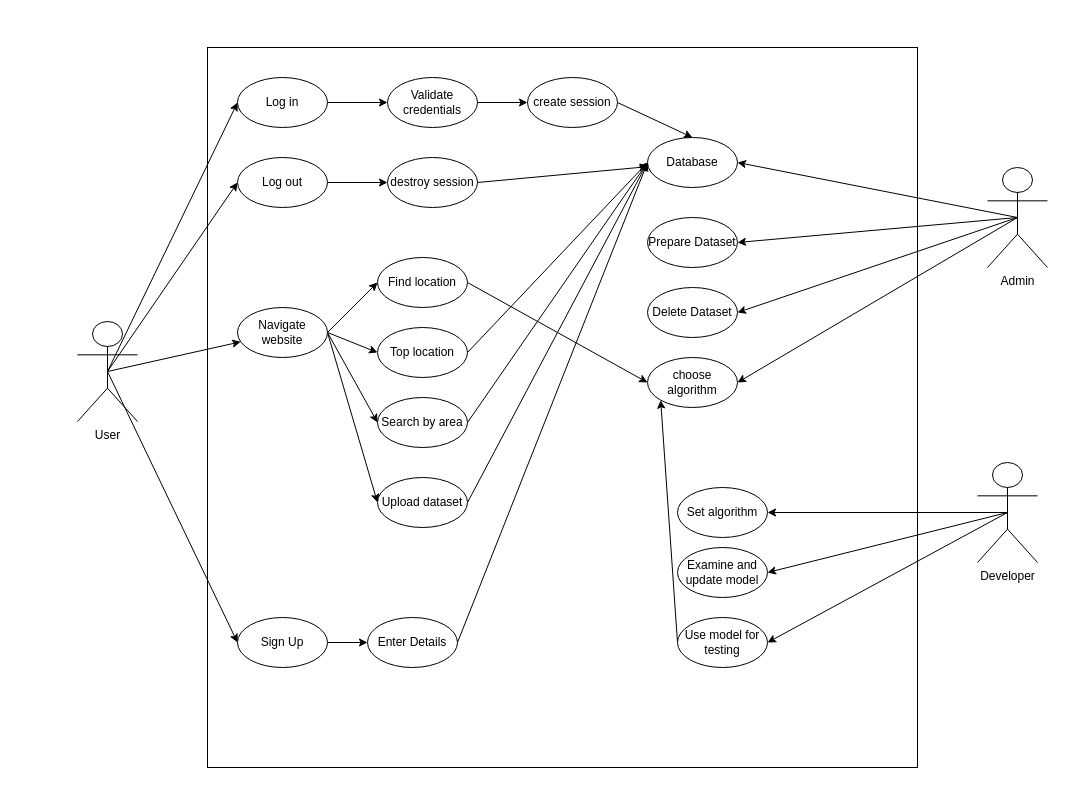
This is use case.drawio from shindeyash28/IP, a draw.io file, before an edit. Source tidied: cells renumbered, new cells numbered last; positions are measured from the earlier drawing's top-left corner, leaving out a move shared by most shapes. Both pictures are drawn from the tidied source at 100%, with x=0, y=0 at pixel (77, 47).
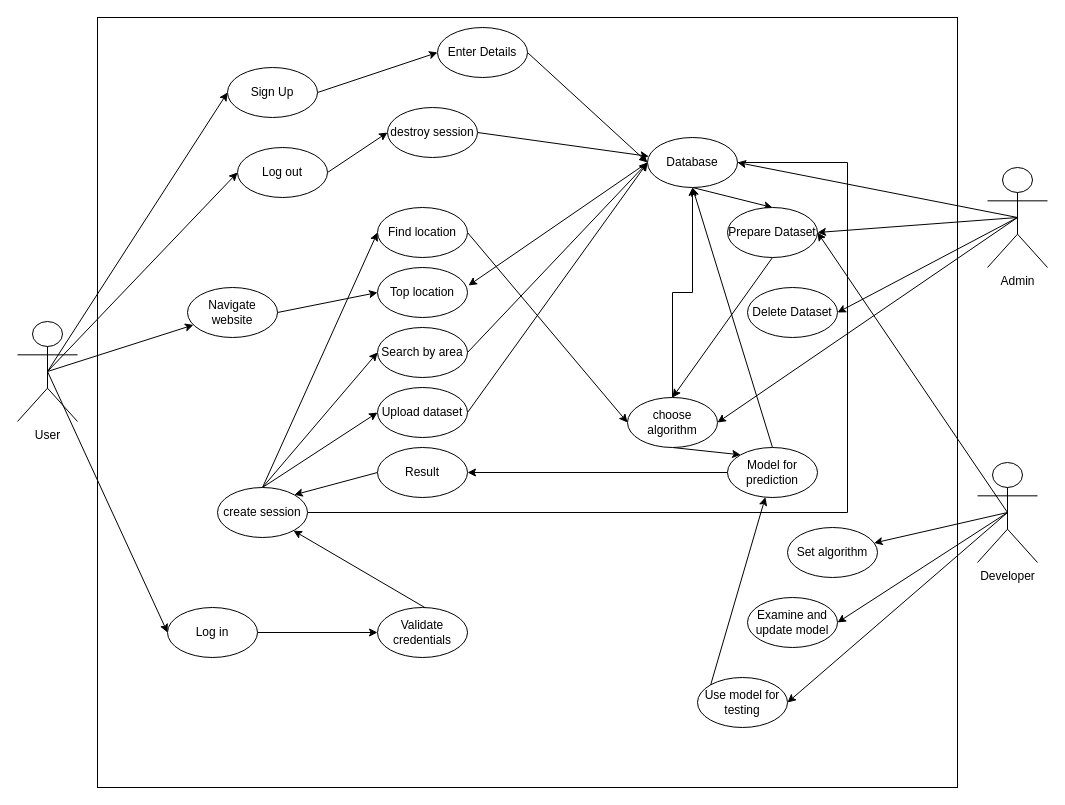
The same diagram, later.

The change refers to these unchanged cells:
```xml
<mxCell id="24" value="Database" style="ellipse;whiteSpace=wrap;html=1;" parent="1" vertex="1">
  <mxGeometry x="570" y="90" width="90" height="50" as="geometry" />
</mxCell>
<mxCell id="46" value="Developer" style="shape=umlActor;verticalLabelPosition=bottom;verticalAlign=top;html=1;outlineConnect=0;" parent="1" vertex="1">
  <mxGeometry x="900" y="415" width="60" height="100" as="geometry" />
</mxCell>
```

What changed in the source:
```diff
@@
-    <mxCell id="2" style="rounded=0;whiteSpace=wrap;html=1;" parent="1" vertex="1">
-      <mxGeometry x="130" width="710" height="720" as="geometry" />
-    </mxCell>
-    <mxCell id="3" style="edgeStyle=none;rounded=0;jettySize=auto;html=1;exitX=1;exitY=0.5;exitDx=0;exitDy=0;entryX=0;entryY=0.5;entryDx=0;entryDy=0;" parent="1" edge="1" source="7" target="19">
-      <mxGeometry relative="1" as="geometry" />
-    </mxCell>
+    <mxCell id="52" style="rounded=0;whiteSpace=wrap;html=1;" parent="1" vertex="1">
+      <mxGeometry x="20" y="-30" width="860" height="770" as="geometry" />
+    </mxCell>
@@
-    <mxCell id="5" style="edgeStyle=none;rounded=0;jettySize=auto;html=1;exitX=1;exitY=0.5;exitDx=0;exitDy=0;entryX=0;entryY=0.5;entryDx=0;entryDy=0;" parent="1" edge="1" source="7" target="23">
-      <mxGeometry relative="1" as="geometry" />
-    </mxCell>
-    <mxCell id="6" style="edgeStyle=none;rounded=0;jettySize=auto;html=1;exitX=1;exitY=0.5;exitDx=0;exitDy=0;entryX=0;entryY=0.5;entryDx=0;entryDy=0;" parent="1" edge="1" source="7" target="26">
-      <mxGeometry relative="1" as="geometry" />
-    </mxCell>
     <mxCell id="7" value="Navigate website" style="ellipse;whiteSpace=wrap;html=1;" parent="1" vertex="1">
-      <mxGeometry x="160" y="260" width="90" height="50" as="geometry" />
+      <mxGeometry x="110" y="240" width="90" height="50" as="geometry" />
     </mxCell>
@@
     <mxCell id="9" value="Log out" style="ellipse;whiteSpace=wrap;html=1;" parent="1" vertex="1">
-      <mxGeometry x="160" y="110" width="90" height="50" as="geometry" />
+      <mxGeometry x="160" y="100" width="90" height="50" as="geometry" />
     </mxCell>
@@
     <mxCell id="11" value="Log in" style="ellipse;whiteSpace=wrap;html=1;" parent="1" vertex="1">
-      <mxGeometry x="160" y="30" width="90" height="50" as="geometry" />
+      <mxGeometry x="90" y="560" width="90" height="50" as="geometry" />
     </mxCell>
@@
     <mxCell id="13" value="Validate credentials" style="ellipse;whiteSpace=wrap;html=1;" parent="1" vertex="1">
-      <mxGeometry x="310" y="30" width="90" height="50" as="geometry" />
+      <mxGeometry x="300" y="560" width="90" height="50" as="geometry" />
     </mxCell>
+    <mxCell id="53" style="edgeStyle=none;rounded=0;jettySize=auto;html=1;exitX=0.5;exitY=0;exitDx=0;exitDy=0;entryX=0;entryY=0.5;entryDx=0;entryDy=0;" parent="1" edge="1" source="15" target="19">
+      <mxGeometry relative="1" as="geometry" />
+    </mxCell>
+    <mxCell id="54" style="edgeStyle=none;rounded=0;jettySize=auto;html=1;exitX=0.5;exitY=0;exitDx=0;exitDy=0;entryX=0;entryY=0.5;entryDx=0;entryDy=0;" parent="1" edge="1" source="15" target="23">
+      <mxGeometry relative="1" as="geometry" />
+    </mxCell>
+    <mxCell id="55" style="edgeStyle=none;rounded=0;jettySize=auto;html=1;exitX=0.5;exitY=0;exitDx=0;exitDy=0;entryX=0;entryY=0.5;entryDx=0;entryDy=0;" parent="1" edge="1" source="15" target="26">
+      <mxGeometry relative="1" as="geometry" />
+    </mxCell>
-    <mxCell id="14" style="edgeStyle=none;rounded=0;jettySize=auto;html=1;exitX=1;exitY=0.5;exitDx=0;exitDy=0;entryX=0.5;entryY=0;entryDx=0;entryDy=0;" parent="1" edge="1" source="15" target="24">
-      <mxGeometry relative="1" as="geometry" />
+    <mxCell id="14" style="edgeStyle=orthogonalEdgeStyle;rounded=0;jettySize=auto;html=1;exitX=1;exitY=0.5;exitDx=0;exitDy=0;entryX=0;entryY=0.5;entryDx=0;entryDy=0;" parent="1" edge="1" source="15" target="24">
+      <mxGeometry relative="1" as="geometry">
+        <Array as="points">
+          <mxPoint x="770" y="465" />
+          <mxPoint x="770" y="115" />
+        </Array>
+      </mxGeometry>
     </mxCell>
     <mxCell id="15" value="create session" style="ellipse;whiteSpace=wrap;html=1;" parent="1" vertex="1">
-      <mxGeometry x="450" y="30" width="90" height="50" as="geometry" />
+      <mxGeometry x="140" y="440" width="90" height="50" as="geometry" />
     </mxCell>
@@
     <mxCell id="17" value="destroy session" style="ellipse;whiteSpace=wrap;html=1;" parent="1" vertex="1">
-      <mxGeometry x="310" y="110" width="90" height="50" as="geometry" />
+      <mxGeometry x="310" y="60" width="90" height="50" as="geometry" />
     </mxCell>
@@
     <mxCell id="19" value="Find location" style="ellipse;whiteSpace=wrap;html=1;" parent="1" vertex="1">
-      <mxGeometry x="300" y="210" width="90" height="50" as="geometry" />
+      <mxGeometry x="300" y="160" width="90" height="50" as="geometry" />
     </mxCell>
-    <mxCell id="20" style="edgeStyle=none;rounded=0;jettySize=auto;html=1;exitX=1;exitY=0.5;exitDx=0;exitDy=0;entryX=0;entryY=0.5;entryDx=0;entryDy=0;" parent="1" edge="1" source="21" target="24">
-      <mxGeometry relative="1" as="geometry" />
-    </mxCell>
     <mxCell id="21" value="Top location" style="ellipse;whiteSpace=wrap;html=1;" parent="1" vertex="1">
-      <mxGeometry x="300" y="280" width="90" height="50" as="geometry" />
+      <mxGeometry x="300" y="220" width="90" height="50" as="geometry" />
     </mxCell>
@@
     <mxCell id="23" value="Search by area" style="ellipse;whiteSpace=wrap;html=1;" parent="1" vertex="1">
-      <mxGeometry x="300" y="350" width="90" height="50" as="geometry" />
+      <mxGeometry x="300" y="280" width="90" height="50" as="geometry" />
     </mxCell>
+    <mxCell id="56" style="edgeStyle=none;rounded=0;jettySize=auto;html=1;exitX=0;exitY=0.5;exitDx=0;exitDy=0;entryX=1.011;entryY=0.36;entryDx=0;entryDy=0;entryPerimeter=0;" parent="1" edge="1" source="24" target="21">
+      <mxGeometry relative="1" as="geometry" />
+    </mxCell>
+    <mxCell id="57" style="edgeStyle=none;rounded=0;jettySize=auto;html=1;exitX=0.5;exitY=1;exitDx=0;exitDy=0;entryX=0.5;entryY=0;entryDx=0;entryDy=0;" parent="1" edge="1" source="24" target="27">
+      <mxGeometry relative="1" as="geometry" />
+    </mxCell>
@@
     <mxCell id="26" value="Upload dataset" style="ellipse;whiteSpace=wrap;html=1;" parent="1" vertex="1">
-      <mxGeometry x="300" y="430" width="90" height="50" as="geometry" />
+      <mxGeometry x="300" y="340" width="90" height="50" as="geometry" />
     </mxCell>
+    <mxCell id="58" style="edgeStyle=none;rounded=0;jettySize=auto;html=1;exitX=0.5;exitY=1;exitDx=0;exitDy=0;entryX=0.5;entryY=0;entryDx=0;entryDy=0;" parent="1" edge="1" source="27" target="49">
+      <mxGeometry relative="1" as="geometry" />
+    </mxCell>
     <mxCell id="27" value="Prepare Dataset" style="ellipse;whiteSpace=wrap;html=1;" parent="1" vertex="1">
-      <mxGeometry x="570" y="170" width="90" height="50" as="geometry" />
+      <mxGeometry x="650" y="160" width="90" height="50" as="geometry" />
     </mxCell>
     <mxCell id="28" value="Delete Dataset" style="ellipse;whiteSpace=wrap;html=1;" parent="1" vertex="1">
-      <mxGeometry x="570" y="240" width="90" height="50" as="geometry" />
+      <mxGeometry x="670" y="240" width="90" height="50" as="geometry" />
     </mxCell>
     <mxCell id="29" value="Set algorithm" style="ellipse;whiteSpace=wrap;html=1;" parent="1" vertex="1">
-      <mxGeometry x="600" y="440" width="90" height="50" as="geometry" />
+      <mxGeometry x="710" y="480" width="90" height="50" as="geometry" />
     </mxCell>
     <mxCell id="30" value="Examine and update model" style="ellipse;whiteSpace=wrap;html=1;" parent="1" vertex="1">
-      <mxGeometry x="600" y="500" width="90" height="50" as="geometry" />
+      <mxGeometry x="670" y="550" width="90" height="50" as="geometry" />
     </mxCell>
-    <mxCell id="31" style="edgeStyle=none;rounded=0;jettySize=auto;html=1;exitX=0;exitY=0.5;exitDx=0;exitDy=0;entryX=0;entryY=1;entryDx=0;entryDy=0;" parent="1" edge="1" source="32" target="49">
-      <mxGeometry relative="1" as="geometry" />
-    </mxCell>
+    <mxCell id="59" style="edgeStyle=none;rounded=0;jettySize=auto;html=1;exitX=0;exitY=0;exitDx=0;exitDy=0;" parent="1" edge="1" source="32" target="67">
+      <mxGeometry relative="1" as="geometry" />
+    </mxCell>
     <mxCell id="32" value="Use model for testing" style="ellipse;whiteSpace=wrap;html=1;" parent="1" vertex="1">
-      <mxGeometry x="600" y="570" width="90" height="50" as="geometry" />
+      <mxGeometry x="620" y="630" width="90" height="50" as="geometry" />
     </mxCell>
@@
     <mxCell id="37" value="User" style="shape=umlActor;verticalLabelPosition=bottom;verticalAlign=top;html=1;outlineConnect=0;" parent="1" vertex="1">
-      <mxGeometry y="274" width="60" height="100" as="geometry" />
+      <mxGeometry x="-60" y="274" width="60" height="100" as="geometry" />
     </mxCell>
@@
+    <mxCell id="60" style="edgeStyle=none;rounded=0;jettySize=auto;html=1;exitX=0.5;exitY=0.5;exitDx=0;exitDy=0;exitPerimeter=0;entryX=1;entryY=0.5;entryDx=0;entryDy=0;" parent="1" edge="1" source="46" target="27">
+      <mxGeometry relative="1" as="geometry" />
+    </mxCell>
@@
     <mxCell id="48" value="Sign Up" style="ellipse;whiteSpace=wrap;html=1;" parent="1" vertex="1">
-      <mxGeometry x="160" y="570" width="90" height="50" as="geometry" />
+      <mxGeometry x="150" y="20" width="90" height="50" as="geometry" />
     </mxCell>
+    <mxCell id="61" style="edgeStyle=orthogonalEdgeStyle;rounded=0;jettySize=auto;html=1;exitX=0.5;exitY=0;exitDx=0;exitDy=0;entryX=0.5;entryY=1;entryDx=0;entryDy=0;" parent="1" edge="1" source="49" target="24">
+      <mxGeometry relative="1" as="geometry" />
+    </mxCell>
+    <mxCell id="62" style="edgeStyle=none;rounded=0;jettySize=auto;html=1;exitX=0.5;exitY=1;exitDx=0;exitDy=0;entryX=0;entryY=0;entryDx=0;entryDy=0;" parent="1" edge="1" source="49" target="67">
+      <mxGeometry relative="1" as="geometry" />
+    </mxCell>
     <mxCell id="49" value="choose algorithm" style="ellipse;whiteSpace=wrap;html=1;" parent="1" vertex="1">
-      <mxGeometry x="570" y="310" width="90" height="50" as="geometry" />
+      <mxGeometry x="550" y="350" width="90" height="50" as="geometry" />
     </mxCell>
@@
     <mxCell id="51" value="Enter Details" style="ellipse;whiteSpace=wrap;html=1;" parent="1" vertex="1">
-      <mxGeometry x="290" y="570" width="90" height="50" as="geometry" />
+      <mxGeometry x="360" y="-20" width="90" height="50" as="geometry" />
     </mxCell>
+    <mxCell id="63" style="edgeStyle=none;rounded=0;jettySize=auto;html=1;exitX=0;exitY=0.5;exitDx=0;exitDy=0;entryX=1;entryY=0;entryDx=0;entryDy=0;" parent="1" edge="1" source="64" target="15">
+      <mxGeometry relative="1" as="geometry" />
+    </mxCell>
+    <mxCell id="64" value="Result" style="ellipse;whiteSpace=wrap;html=1;" parent="1" vertex="1">
+      <mxGeometry x="300" y="400" width="90" height="50" as="geometry" />
+    </mxCell>
+    <mxCell id="65" style="edgeStyle=none;rounded=0;jettySize=auto;html=1;exitX=0;exitY=0.5;exitDx=0;exitDy=0;" parent="1" edge="1" source="67" target="64">
+      <mxGeometry relative="1" as="geometry" />
+    </mxCell>
+    <mxCell id="66" style="edgeStyle=none;rounded=0;jettySize=auto;html=1;exitX=0.5;exitY=0;exitDx=0;exitDy=0;entryX=0.5;entryY=1;entryDx=0;entryDy=0;" parent="1" edge="1" source="67" target="24">
+      <mxGeometry relative="1" as="geometry" />
+    </mxCell>
+    <mxCell id="67" value="Model for prediction" style="ellipse;whiteSpace=wrap;html=1;" parent="1" vertex="1">
+      <mxGeometry x="650" y="400" width="90" height="50" as="geometry" />
+    </mxCell>
```
